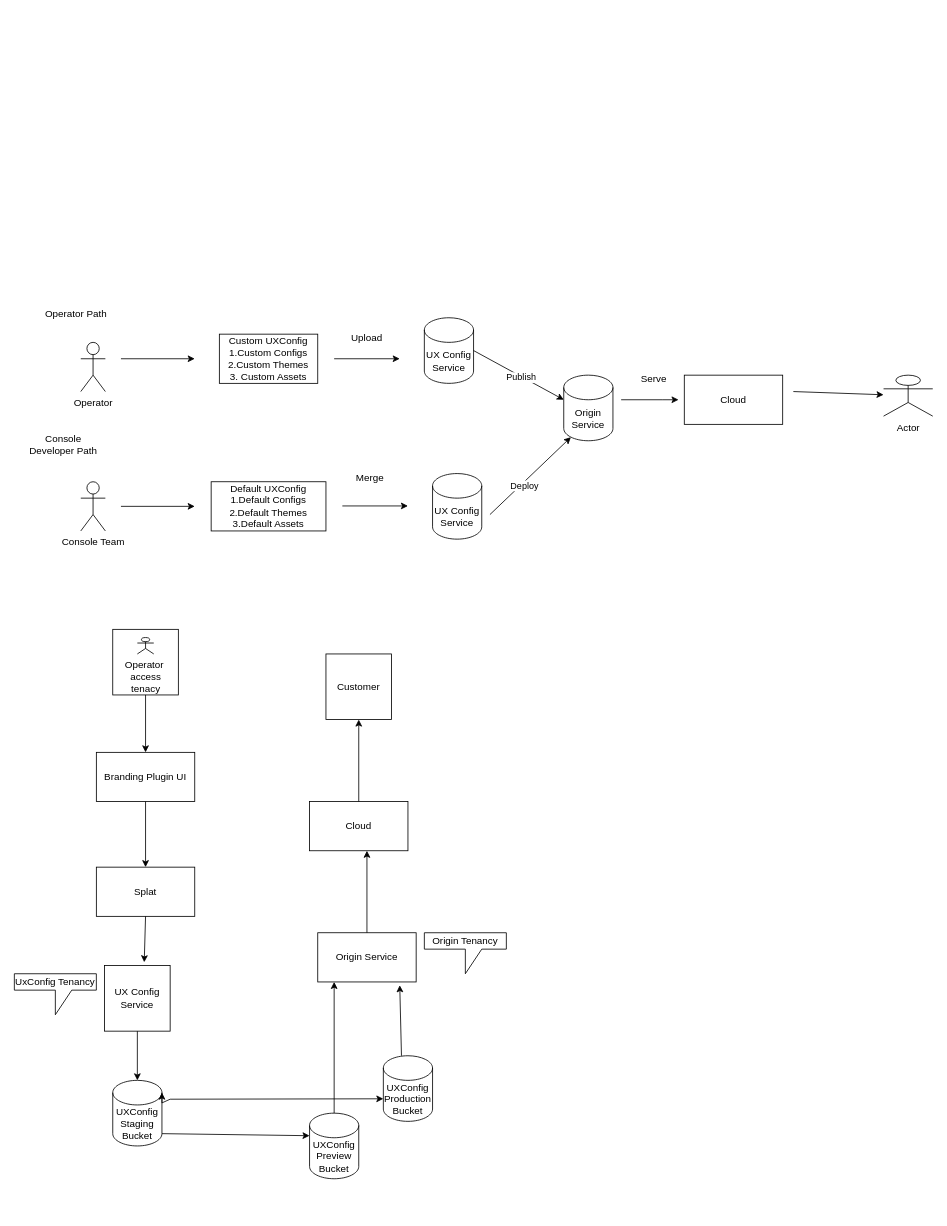
Earlier version of the draw.io diagram UXConfig.drawio (RujwiDeshmukh/LLD-Prepation). Source tidied: cells renumbered, new cells numbered last; positions are measured from the earlier drawing's top-left corner, leaving out a move shared by most shapes. Both pictures are drawn from the tidied source at 82%, with x=0, y=0 at pixel (14, 301).
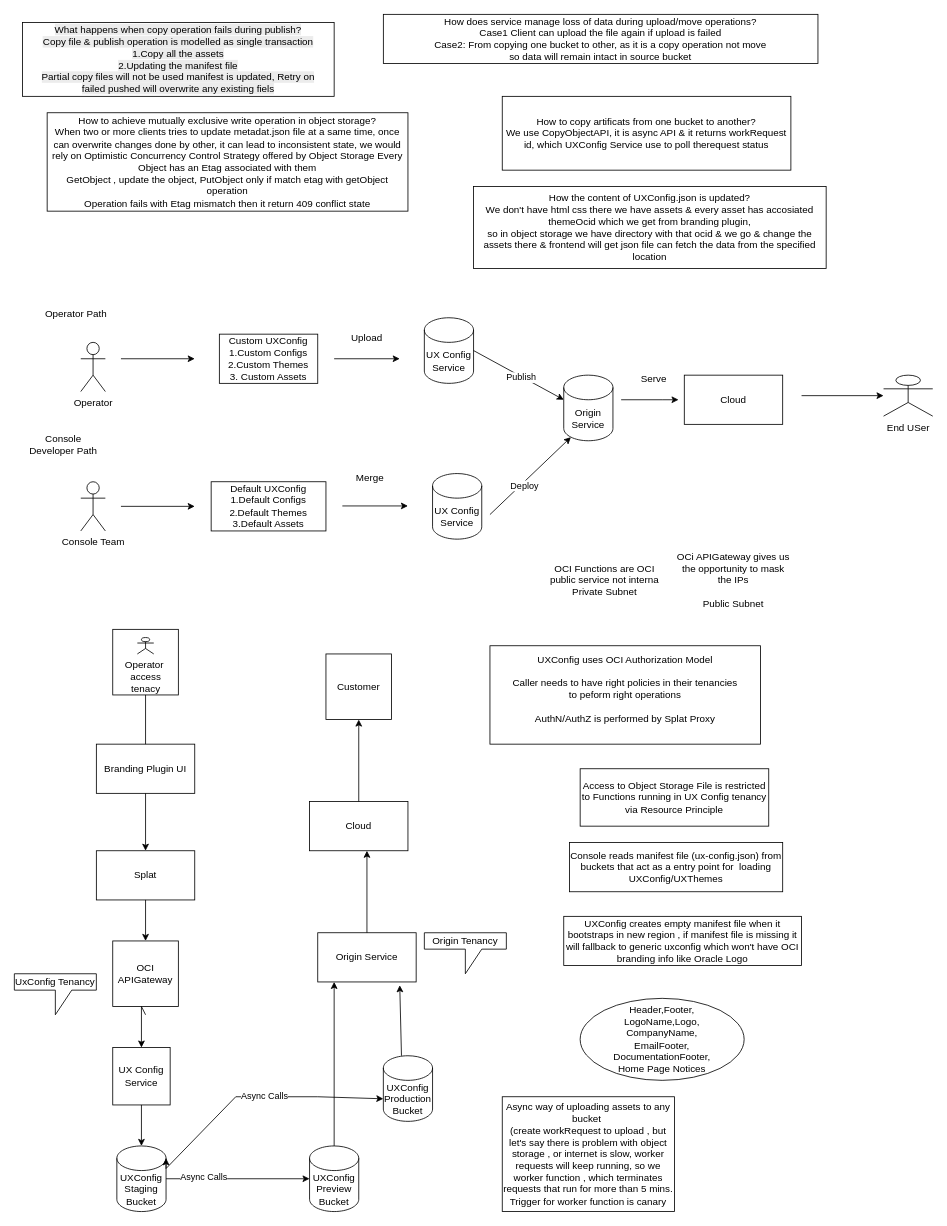
After the change.

The edit, as a diff of the source:
```diff
@@
     <mxCell id="5" value="Branding Plugin UI" style="rounded=0;whiteSpace=wrap;html=1;" parent="1" vertex="1">
-      <mxGeometry x="100" y="550" width="120" height="60" as="geometry" />
+      <mxGeometry x="100" y="540" width="120" height="60" as="geometry" />
     </mxCell>
-    <mxCell id="6" style="endArrow=classic;html=1;rounded=0;exitX=0.5;exitY=1;exitDx=0;exitDy=0;" parent="1" edge="1" source="5">
-      <mxGeometry relative="1" as="geometry">
-        <mxPoint x="160" y="690" as="targetPoint" />
-      </mxGeometry>
-    </mxCell>
     <mxCell id="7" value="Splat" style="rounded=0;whiteSpace=wrap;html=1;" parent="1" vertex="1">
-      <mxGeometry x="100" y="690" width="120" height="60" as="geometry" />
+      <mxGeometry x="100" y="670" width="120" height="60" as="geometry" />
     </mxCell>
     <mxCell id="8" value="UX Config Service" style="whiteSpace=wrap;html=1;" parent="1" vertex="1">
-      <mxGeometry x="110" y="810" width="80" height="80" as="geometry" />
+      <mxGeometry x="120" y="910" width="70" height="70" as="geometry" />
     </mxCell>
-    <mxCell id="9" style="endArrow=classic;html=1;rounded=0;exitX=0.5;exitY=1;exitDx=0;exitDy=0;" parent="1" edge="1" source="8">
-      <mxGeometry relative="1" as="geometry">
-        <mxPoint x="150" y="950" as="targetPoint" />
-      </mxGeometry>
-    </mxCell>
     <mxCell id="10" value="UXConfig&lt;br&gt;Staging&lt;br&gt;Bucket" style="shape=cylinder3;whiteSpace=wrap;html=1;boundedLbl=1;backgroundOutline=1;size=15;" parent="1" vertex="1">
-      <mxGeometry x="120" y="950" width="60" height="80" as="geometry" />
+      <mxGeometry x="125" y="1030" width="60" height="80" as="geometry" />
     </mxCell>
-    <mxCell id="11" style="endArrow=classic;html=1;rounded=0;exitX=1;exitY=1;exitDx=0;exitDy=-15;exitPerimeter=0;entryX=0;entryY=0;entryDx=0;entryDy=27.5;entryPerimeter=0;" parent="1" edge="1" source="10">
-      <mxGeometry relative="1" as="geometry">
-        <mxPoint x="360" y="1017.5" as="targetPoint" />
-      </mxGeometry>
+    <mxCell id="11" style="endArrow=classic;html=1;rounded=0;exitX=1;exitY=0.5;exitDx=0;exitDy=0;exitPerimeter=0;entryX=0;entryY=0.5;entryDx=0;entryDy=0;entryPerimeter=0;" parent="1" edge="1" source="10" target="12">
+      <mxGeometry relative="1" as="geometry" />
     </mxCell>
+    <mxCell id="50" value="Async Calls" style="edgeLabel;html=1;align=center;verticalAlign=middle;" parent="11" vertex="1">
+      <mxGeometry x="-0.49" y="4" relative="1" as="geometry">
+        <mxPoint y="1" as="offset" />
+      </mxGeometry>
+    </mxCell>
     <mxCell id="12" value="UXConfig Preview&lt;br&gt;Bucket" style="shape=cylinder3;whiteSpace=wrap;html=1;boundedLbl=1;backgroundOutline=1;size=15;" parent="1" vertex="1">
-      <mxGeometry x="360" y="990" width="60" height="80" as="geometry" />
+      <mxGeometry x="360" y="1030" width="60" height="80" as="geometry" />
     </mxCell>
@@
     <mxCell id="14" style="endArrow=classic;html=1;rounded=0;exitX=1;exitY=0;exitDx=0;exitDy=27.5;exitPerimeter=0;entryX=0;entryY=0;entryDx=0;entryDy=52.5;entryPerimeter=0;" parent="1" edge="1" source="10">
       <mxGeometry relative="1" as="geometry">
         <mxPoint x="450" y="972.5" as="targetPoint" />
         <Array as="points">
-          <mxPoint x="190" y="973" />
+          <mxPoint x="270" y="970" />
+          <mxPoint x="370" y="970" />
         </Array>
       </mxGeometry>
     </mxCell>
+    <mxCell id="51" value="Async Calls" style="edgeLabel;html=1;align=center;verticalAlign=middle;" parent="14" vertex="1">
+      <mxGeometry x="0.03" y="3" relative="1" as="geometry">
+        <mxPoint y="1" as="offset" />
+      </mxGeometry>
+    </mxCell>
@@
-    <mxCell id="23" style="endArrow=classic;html=1;rounded=0;exitX=0.5;exitY=1;exitDx=0;exitDy=0;entryX=0.605;entryY=-0.05;entryDx=0;entryDy=0;entryPerimeter=0;" parent="1" edge="1" source="7" target="8">
+    <mxCell id="23" style="endArrow=classic;html=1;rounded=0;exitX=0.5;exitY=1;exitDx=0;exitDy=0;entryX=0.5;entryY=0;entryDx=0;entryDy=0;" parent="1" edge="1" source="7" target="52">
       <mxGeometry relative="1" as="geometry" />
     </mxCell>
@@
     <mxCell id="48" style="endArrow=classic;html=1;rounded=0;" parent="1" edge="1" target="49">
       <mxGeometry relative="1" as="geometry">
-        <mxPoint x="950" y="110" as="sourcePoint" />
+        <mxPoint x="960" y="115" as="sourcePoint" />
       </mxGeometry>
     </mxCell>
-    <mxCell id="49" value="Actor" style="shape=umlActor;verticalLabelPosition=bottom;verticalAlign=top;html=1;outlineConnect=0;" parent="1" vertex="1">
+    <mxCell id="49" value="End USer" style="shape=umlActor;verticalLabelPosition=bottom;verticalAlign=top;html=1;outlineConnect=0;" parent="1" vertex="1">
       <mxGeometry x="1060" y="90" width="60" height="50" as="geometry" />
     </mxCell>
+    <mxCell id="52" value="OCI APIGateway" style="whiteSpace=wrap;html=1;" parent="1" vertex="1">
+      <mxGeometry x="120" y="780" width="80" height="80" as="geometry" />
+    </mxCell>
+    <mxCell id="53" style="endArrow=classic;html=1;rounded=0;entryX=0.5;entryY=0;entryDx=0;entryDy=0;" parent="1" edge="1" target="8">
+      <mxGeometry relative="1" as="geometry">
+        <mxPoint x="160" y="870" as="sourcePoint" />
+        <Array as="points">
+          <mxPoint x="155" y="860" />
+        </Array>
+      </mxGeometry>
+    </mxCell>
+    <mxCell id="54" style="endArrow=classic;html=1;rounded=0;exitX=0.5;exitY=1;exitDx=0;exitDy=0;entryX=0.5;entryY=0;entryDx=0;entryDy=0;" parent="1" edge="1" source="5" target="7">
+      <mxGeometry relative="1" as="geometry" />
+    </mxCell>
+    <mxCell id="55" style="endArrow=classic;html=1;rounded=0;exitX=0.5;exitY=1;exitDx=0;exitDy=0;entryX=0.5;entryY=0;entryDx=0;entryDy=0;entryPerimeter=0;" parent="1" edge="1" source="8" target="10">
+      <mxGeometry relative="1" as="geometry" />
+    </mxCell>
+    <mxCell id="56" value="OCI Functions are OCI public service not interna&lt;br&gt;Private Subnet" style="text;html=1;whiteSpace=wrap;strokeColor=none;fillColor=none;align=center;verticalAlign=middle;rounded=0;" parent="1" vertex="1">
+      <mxGeometry x="650" y="310" width="140" height="60" as="geometry" />
+    </mxCell>
+    <mxCell id="57" value="OCi APIGateway gives us the opportunity to mask the IPs&lt;br&gt;&lt;br&gt;Public Subnet" style="text;html=1;whiteSpace=wrap;strokeColor=none;fillColor=none;align=center;verticalAlign=middle;rounded=0;" parent="1" vertex="1">
+      <mxGeometry x="807" y="305" width="140" height="70" as="geometry" />
+    </mxCell>
+    <mxCell id="58" value="UXConfig uses OCI Authorization Model&lt;br&gt;&lt;br&gt;Caller needs to have right policies in their tenancies&lt;br&gt;to peform right operations&lt;br&gt;&lt;br&gt;AuthN/AuthZ is performed by Splat Proxy&lt;br&gt;&lt;div&gt;&lt;br&gt;&lt;/div&gt;" style="rounded=0;whiteSpace=wrap;html=1;" parent="1" vertex="1">
+      <mxGeometry x="580" y="420" width="330" height="120" as="geometry" />
+    </mxCell>
+    <mxCell id="59" value="Access to Object Storage File is restricted to Functions running in UX Config tenancy&lt;br&gt;via Resource Principle" style="rounded=0;whiteSpace=wrap;html=1;" parent="1" vertex="1">
+      <mxGeometry x="690" y="570" width="230" height="70" as="geometry" />
+    </mxCell>
+    <mxCell id="60" value="Console reads manifest file (ux-config.json) from buckets that act as a entry point for&amp;nbsp; loading UXConfig/UXThemes" style="rounded=0;whiteSpace=wrap;html=1;" parent="1" vertex="1">
+      <mxGeometry x="677" y="660" width="260" height="60" as="geometry" />
+    </mxCell>
+    <mxCell id="61" value="UXConfig creates empty manifest file when it bootstraps in new region , if manifest file is missing it will fallback to generic uxconfig which won't have OCI branding info like Oracle Logo" style="rounded=0;whiteSpace=wrap;html=1;" parent="1" vertex="1">
+      <mxGeometry x="670" y="750" width="290" height="60" as="geometry" />
+    </mxCell>
+    <mxCell id="62" value="Header,Footer,&lt;div&gt;LogoName,Logo,&lt;br&gt;CompanyName,&lt;/div&gt;&lt;div&gt;EmailFooter,&lt;br&gt;DocumentationFooter,&lt;/div&gt;&lt;div&gt;Home Page Notices&lt;/div&gt;" style="ellipse;whiteSpace=wrap;html=1;" parent="1" vertex="1">
+      <mxGeometry x="690" y="850" width="200" height="100" as="geometry" />
+    </mxCell>
+    <mxCell id="63" value="Async way of uploading assets to any bucket&amp;nbsp;&lt;br&gt;(create workRequest to upload , but let's say there is problem with object storage , or internet is slow, worker requests will keep running, so we worker function , which terminates requests that run for more than 5 mins.&lt;br&gt;Trigger for worker function is canary" style="rounded=0;whiteSpace=wrap;html=1;" parent="1" vertex="1">
+      <mxGeometry x="595" y="970" width="210" height="140" as="geometry" />
+    </mxCell>
+    <mxCell id="64" value="&lt;span style=&quot;color: rgb(0, 0, 0); font-family: Helvetica; font-size: 12px; font-style: normal; font-variant-ligatures: normal; font-variant-caps: normal; font-weight: 400; letter-spacing: normal; orphans: 2; text-align: center; text-indent: 0px; text-transform: none; widows: 2; word-spacing: 0px; -webkit-text-stroke-width: 0px; white-space: normal; background-color: rgb(236, 236, 236); text-decoration-thickness: initial; text-decoration-style: initial; text-decoration-color: initial; float: none; display: inline !important;&quot;&gt;What happens when copy operation fails during publish?&lt;br&gt;Copy file &amp;amp; publish operation is modelled as single transaction&lt;/span&gt;&lt;div&gt;&lt;span style=&quot;color: rgb(0, 0, 0); font-family: Helvetica; font-size: 12px; font-style: normal; font-variant-ligatures: normal; font-variant-caps: normal; font-weight: 400; letter-spacing: normal; orphans: 2; text-align: center; text-indent: 0px; text-transform: none; widows: 2; word-spacing: 0px; -webkit-text-stroke-width: 0px; white-space: normal; background-color: rgb(236, 236, 236); text-decoration-thickness: initial; text-decoration-style: initial; text-decoration-color: initial; float: none; display: inline !important;&quot;&gt;1.Copy all the assets&lt;/span&gt;&lt;/div&gt;&lt;div&gt;&lt;span style=&quot;color: rgb(0, 0, 0); font-family: Helvetica; font-size: 12px; font-style: normal; font-variant-ligatures: normal; font-variant-caps: normal; font-weight: 400; letter-spacing: normal; orphans: 2; text-align: center; text-indent: 0px; text-transform: none; widows: 2; word-spacing: 0px; -webkit-text-stroke-width: 0px; white-space: normal; background-color: rgb(236, 236, 236); text-decoration-thickness: initial; text-decoration-style: initial; text-decoration-color: initial; float: none; display: inline !important;&quot;&gt;2.Updating the manifest file&lt;br&gt;Partial copy files will not be used manifest is updated, Retry on&lt;/span&gt;&lt;/div&gt;&lt;div&gt;&lt;span style=&quot;color: rgb(0, 0, 0); font-family: Helvetica; font-size: 12px; font-style: normal; font-variant-ligatures: normal; font-variant-caps: normal; font-weight: 400; letter-spacing: normal; orphans: 2; text-align: center; text-indent: 0px; text-transform: none; widows: 2; word-spacing: 0px; -webkit-text-stroke-width: 0px; white-space: normal; background-color: rgb(236, 236, 236); text-decoration-thickness: initial; text-decoration-style: initial; text-decoration-color: initial; float: none; display: inline !important;&quot;&gt;failed pushed will overwrite any existing fiels&lt;/span&gt;&lt;/div&gt;" style="rounded=0;whiteSpace=wrap;html=1;" parent="1" vertex="1">
+      <mxGeometry x="10" y="-340" width="380" height="90" as="geometry" />
+    </mxCell>
+    <mxCell id="65" value="How does service manage loss of data during upload/move operations?&lt;div&gt;Case1 Client can upload the file again if upload is failed&lt;/div&gt;&lt;div&gt;Case2: From copying one bucket to other, as it is a copy operation not move&lt;/div&gt;&lt;div&gt;so data will remain intact in source bucket&lt;/div&gt;" style="rounded=0;whiteSpace=wrap;html=1;" parent="1" vertex="1">
+      <mxGeometry x="450" y="-350" width="530" height="60" as="geometry" />
+    </mxCell>
+    <mxCell id="66" value="How to achieve mutually exclusive write operation in object storage?&lt;div&gt;When two or more clients tries to update metadat.json file at a same time, once can overwrite changes done by other, it can lead to inconsistent state, we would rely on Optimistic Concurrency Control Strategy offered by Object Storage Every Object has an Etag associated with them&lt;br&gt;&lt;/div&gt;&lt;div&gt;GetObject , update the object, PutObject only if match etag with getObject&lt;/div&gt;&lt;div&gt;operation&lt;br&gt;Operation fails with Etag mismatch then it return 409 conflict state&lt;/div&gt;" style="rounded=0;whiteSpace=wrap;html=1;" parent="1" vertex="1">
+      <mxGeometry x="40" y="-230" width="440" height="120" as="geometry" />
+    </mxCell>
+    <mxCell id="67" value="How to copy artificats from one bucket to another?&lt;br&gt;We use CopyObjectAPI, it is async API &amp;amp; it returns workRequest id, which UXConfig Service use to poll therequest status" style="rounded=0;whiteSpace=wrap;html=1;" parent="1" vertex="1">
+      <mxGeometry x="595" y="-250" width="352" height="90" as="geometry" />
+    </mxCell>
+    <mxCell id="68" value="How the content of UXConfig.json is updated?&lt;br&gt;We don't have html css there we have assets &amp;amp; every asset has accosiated themeOcid which we get from branding plugin,&lt;div&gt;so in object storage we have directory with that ocid &amp;amp; we go &amp;amp; change the assets there &amp;amp; frontend will get json file can fetch the data from the specified location&lt;/div&gt;" style="rounded=0;whiteSpace=wrap;html=1;" parent="1" vertex="1">
+      <mxGeometry x="560" y="-140" width="430" height="100" as="geometry" />
+    </mxCell>
```
